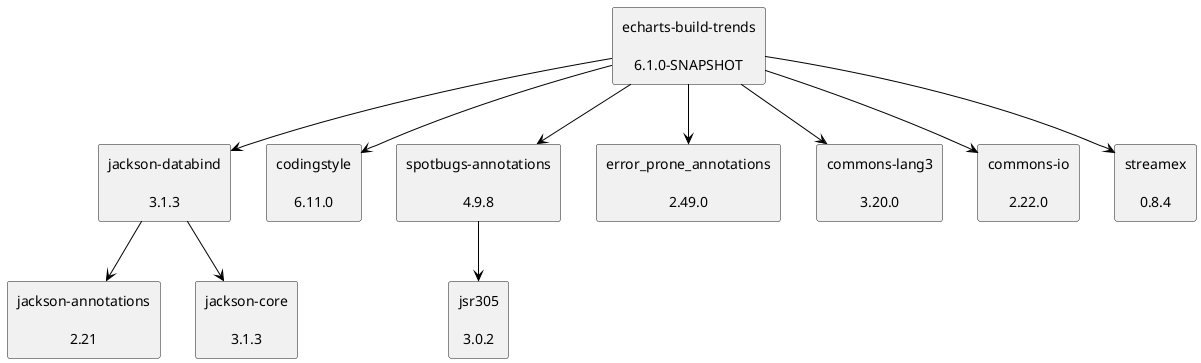
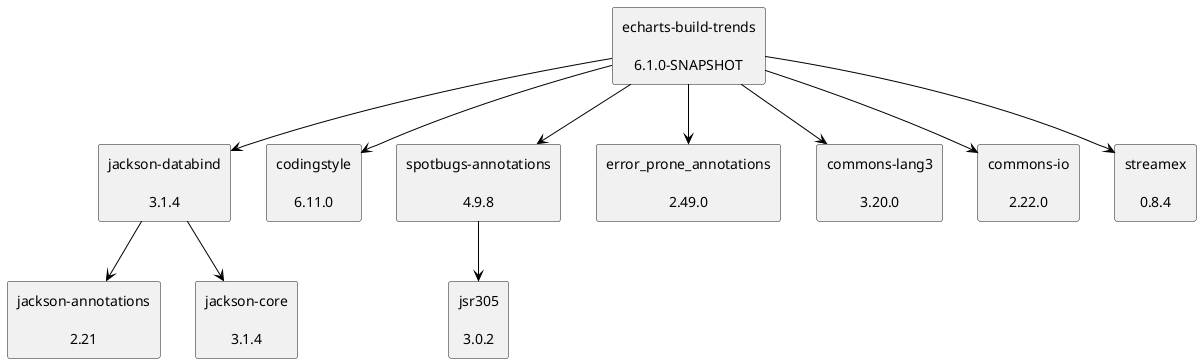
@startuml
skinparam defaultTextAlignment center
skinparam rectangle {
  BackgroundColor<<optional>> beige
  BackgroundColor<<test>> lightGreen
  BackgroundColor<<runtime>> lightBlue
  BackgroundColor<<provided>> lightGray
}
- rectangle "jackson-databind\n\n3.1.3" as tools_jackson_core_jackson_databind_jar
+ rectangle "jackson-databind\n\n3.1.4" as tools_jackson_core_jackson_databind_jar
rectangle "jackson-annotations\n\n2.21" as com_fasterxml_jackson_core_jackson_annotations_jar
- rectangle "jackson-core\n\n3.1.3" as tools_jackson_core_jackson_core_jar
+ rectangle "jackson-core\n\n3.1.4" as tools_jackson_core_jackson_core_jar
rectangle "echarts-build-trends\n\n6.1.0-SNAPSHOT" as edu_hm_hafner_echarts_build_trends_jar
rectangle "codingstyle\n\n6.11.0" as edu_hm_hafner_codingstyle_jar
rectangle "spotbugs-annotations\n\n4.9.8" as com_github_spotbugs_spotbugs_annotations_jar
rectangle "jsr305\n\n3.0.2" as com_google_code_findbugs_jsr305_jar
rectangle "error_prone_annotations\n\n2.49.0" as com_google_errorprone_error_prone_annotations_jar
rectangle "commons-lang3\n\n3.20.0" as org_apache_commons_commons_lang3_jar
rectangle "commons-io\n\n2.22.0" as commons_io_commons_io_jar
rectangle "streamex\n\n0.8.4" as one_util_streamex_jar
tools_jackson_core_jackson_databind_jar -[#000000]-> com_fasterxml_jackson_core_jackson_annotations_jar
tools_jackson_core_jackson_databind_jar -[#000000]-> tools_jackson_core_jackson_core_jar
edu_hm_hafner_echarts_build_trends_jar -[#000000]-> tools_jackson_core_jackson_databind_jar
edu_hm_hafner_echarts_build_trends_jar -[#000000]-> edu_hm_hafner_codingstyle_jar
com_github_spotbugs_spotbugs_annotations_jar -[#000000]-> com_google_code_findbugs_jsr305_jar
edu_hm_hafner_echarts_build_trends_jar -[#000000]-> com_github_spotbugs_spotbugs_annotations_jar
edu_hm_hafner_echarts_build_trends_jar -[#000000]-> com_google_errorprone_error_prone_annotations_jar
edu_hm_hafner_echarts_build_trends_jar -[#000000]-> org_apache_commons_commons_lang3_jar
edu_hm_hafner_echarts_build_trends_jar -[#000000]-> commons_io_commons_io_jar
edu_hm_hafner_echarts_build_trends_jar -[#000000]-> one_util_streamex_jar
@enduml